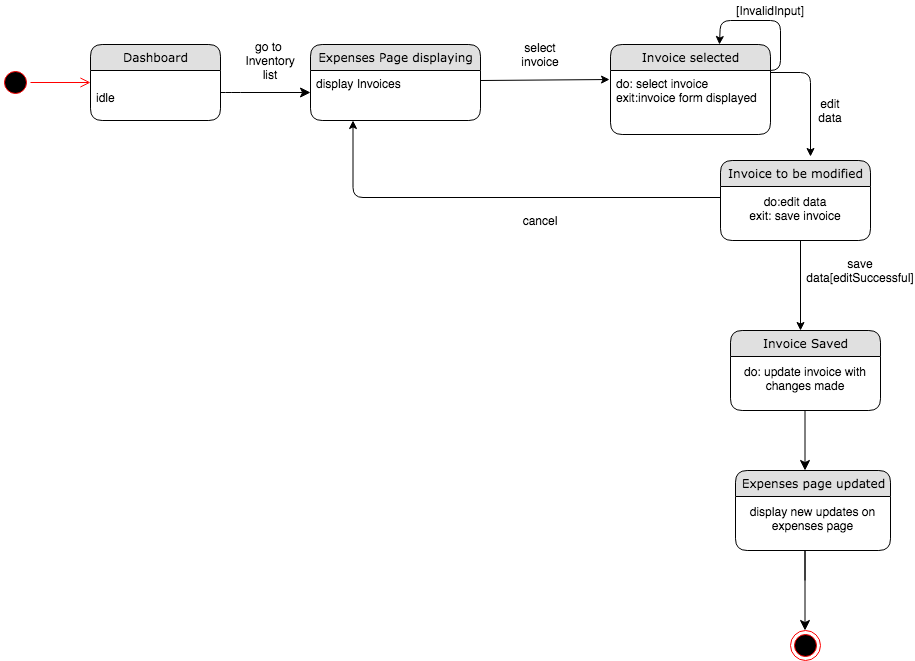
The draw.io diagram Diagrams/State Chart Diagrams FINAL/ST_19 MODIFY INVOICE.png in kkasharaj17/SE-project, before a commit. Source tidied: cells renumbered, new cells last; positions are measured from the earlier drawing's top-left corner, leaving out a move shared by most shapes.
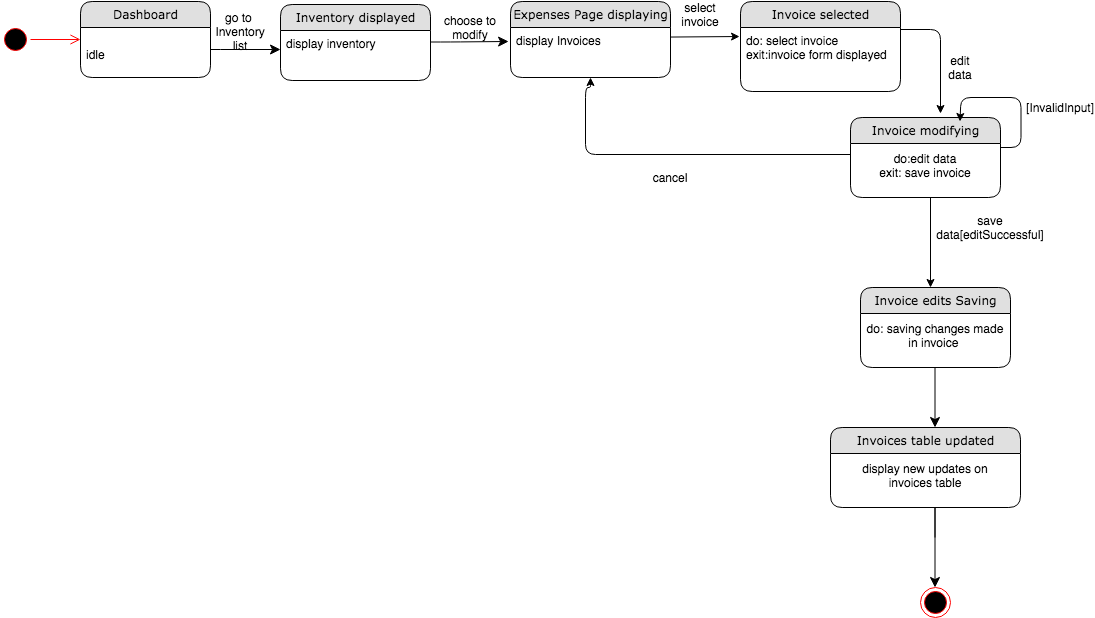
After the change.

The edit, as a diff of the source:
```diff
@@ -2,8 +2,9 @@
   <root>
     <mxCell id="0" />
     <mxCell id="1" parent="0" />
-    <mxCell id="2" style="edgeStyle=orthogonalEdgeStyle;html=1;labelBackgroundColor=none;startFill=0;startSize=8;endFill=1;endSize=8;fontFamily=Verdana;fontSize=12;entryX=0;entryY=0.5;entryDx=0;entryDy=0;" parent="1" edge="1" source="10" target="13">
+    <mxCell id="2" style="edgeStyle=orthogonalEdgeStyle;html=1;labelBackgroundColor=none;startFill=0;startSize=8;endFill=1;endSize=8;fontFamily=Verdana;fontSize=12;" parent="1" edge="1" source="10">
       <mxGeometry relative="1" as="geometry">
+        <mxPoint x="280" y="92" as="targetPoint" />
         <Array as="points">
           <mxPoint x="230" y="92" />
           <mxPoint x="230" y="92" />
@@ -11,124 +12,144 @@
       </mxGeometry>
     </mxCell>
     <mxCell id="3" value="go to&amp;nbsp;&lt;br&gt;Inventory list" style="text;html=1;strokeColor=none;fillColor=none;align=center;verticalAlign=middle;whiteSpace=wrap;rounded=0;" parent="1" vertex="1">
-      <mxGeometry x="250" y="50" width="40" height="20" as="geometry" />
+      <mxGeometry x="220" y="64" width="40" height="20" as="geometry" />
     </mxCell>
     <mxCell id="4" style="ellipse;html=1;shape=startState;fillColor=#000000;strokeColor=#ff0000;" parent="1" vertex="1">
       <mxGeometry y="67" width="30" height="30" as="geometry" />
     </mxCell>
     <mxCell id="5" style="edgeStyle=orthogonalEdgeStyle;html=1;verticalAlign=bottom;endArrow=open;endSize=8;strokeColor=#ff0000;" parent="1" edge="1" source="4">
       <mxGeometry relative="1" as="geometry">
-        <mxPoint x="90" y="82" as="targetPoint" />
+        <mxPoint x="80" y="82" as="targetPoint" />
       </mxGeometry>
     </mxCell>
     <mxCell id="6" style="endArrow=classic;html=1;entryX=-0.006;entryY=0.141;entryDx=0;entryDy=0;entryPerimeter=0;" parent="1" edge="1" target="15">
       <mxGeometry relative="1" as="geometry">
-        <mxPoint x="480" y="80" as="sourcePoint" />
+        <mxPoint x="610" y="80" as="sourcePoint" />
       </mxGeometry>
     </mxCell>
     <mxCell id="7" value="select invoice" style="text;html=1;strokeColor=none;fillColor=none;align=center;verticalAlign=middle;whiteSpace=wrap;rounded=0;" parent="1" vertex="1">
-      <mxGeometry x="520" y="44" width="40" height="20" as="geometry" />
+      <mxGeometry x="680" y="47" width="40" height="20" as="geometry" />
     </mxCell>
     <mxCell id="8" value="[InvalidInput]" style="text;html=1;strokeColor=none;fillColor=none;align=center;verticalAlign=middle;whiteSpace=wrap;rounded=0;" parent="1" vertex="1">
-      <mxGeometry x="750" width="40" height="20" as="geometry" />
+      <mxGeometry x="1040" y="140" width="40" height="20" as="geometry" />
     </mxCell>
     <mxCell id="9" style="endArrow=classic;html=1;" parent="1" edge="1">
       <mxGeometry relative="1" as="geometry">
-        <mxPoint x="770" y="72" as="sourcePoint" />
-        <mxPoint x="810" y="156" as="targetPoint" />
+        <mxPoint x="900" y="72" as="sourcePoint" />
+        <mxPoint x="940" y="156" as="targetPoint" />
         <Array as="points">
-          <mxPoint x="810" y="72" />
+          <mxPoint x="940" y="72" />
         </Array>
       </mxGeometry>
     </mxCell>
-    <mxCell id="10" value="Dashboard" style="swimlane;html=1;fontStyle=0;horizontal=1;startSize=26;fillColor=#e0e0e0;swimlaneFillColor=#ffffff;align=center;rounded=1;shadow=0;comic=0;labelBackgroundColor=none;strokeWidth=1;fontFamily=Verdana;fontSize=12;" parent="1" vertex="1">
-      <mxGeometry x="90" y="44" width="130" height="76" as="geometry" />
-    </mxCell>
-    <mxCell id="11" value="&lt;br&gt;idle" style="text;html=1;strokeColor=none;fillColor=none;spacingLeft=4;spacingRight=4;whiteSpace=wrap;overflow=hidden;" parent="10" vertex="1">
-      <mxGeometry y="26" width="130" height="44" as="geometry" />
-    </mxCell>
-    <mxCell id="12" value="Expenses Page displaying" style="swimlane;html=1;fontStyle=0;horizontal=1;startSize=26;fillColor=#e0e0e0;swimlaneFillColor=#ffffff;align=center;rounded=1;shadow=0;comic=0;labelBackgroundColor=none;strokeWidth=1;fontFamily=Verdana;fontSize=12;" parent="1" vertex="1">
-      <mxGeometry x="310" y="44" width="170" height="76" as="geometry" />
-    </mxCell>
-    <mxCell id="13" value="display Invoices" style="text;html=1;strokeColor=none;fillColor=none;spacingLeft=4;spacingRight=4;whiteSpace=wrap;overflow=hidden;points=[[0,0.5],[1,0.5]];portConstraint=eastwest;" parent="12" vertex="1">
-      <mxGeometry y="26" width="170" height="44" as="geometry" />
-    </mxCell>
-    <mxCell id="14" value="Invoice selected" style="swimlane;html=1;fontStyle=0;horizontal=1;startSize=26;fillColor=#e0e0e0;swimlaneFillColor=#ffffff;align=center;rounded=1;shadow=0;comic=0;labelBackgroundColor=none;strokeWidth=1;fontFamily=Verdana;fontSize=12;" parent="1" vertex="1">
-      <mxGeometry x="610" y="44" width="160" height="90" as="geometry" />
-    </mxCell>
-    <mxCell id="15" value="do: select invoice&lt;br&gt;exit:invoice form displayed" style="text;html=1;strokeColor=none;fillColor=none;spacingLeft=4;spacingRight=4;whiteSpace=wrap;overflow=hidden;points=[[0,0.5],[1,0.5]];portConstraint=eastwest;" parent="14" vertex="1">
-      <mxGeometry y="26" width="160" height="64" as="geometry" />
-    </mxCell>
     <mxCell id="16" style="ellipse;html=1;shape=endState;fillColor=#000000;strokeColor=#ff0000;" parent="1" vertex="1">
-      <mxGeometry x="790" y="630" width="30" height="30" as="geometry" />
+      <mxGeometry x="920" y="630" width="30" height="30" as="geometry" />
     </mxCell>
     <mxCell id="17" style="edgeStyle=orthogonalEdgeStyle;html=1;labelBackgroundColor=none;startFill=0;startSize=8;endFill=1;endSize=8;fontFamily=Verdana;fontSize=12;" parent="1" edge="1">
       <mxGeometry relative="1" as="geometry">
-        <mxPoint x="804.5" y="380" as="sourcePoint" />
-        <mxPoint x="804.5" y="470" as="targetPoint" />
+        <mxPoint x="934.5" y="380" as="sourcePoint" />
+        <mxPoint x="934.5" y="470" as="targetPoint" />
         <Array as="points">
-          <mxPoint x="804.5" y="380" />
+          <mxPoint x="934.5" y="380" />
         </Array>
       </mxGeometry>
     </mxCell>
-    <mxCell id="18" style="edgeStyle=segmentEdgeStyle;endArrow=classic;html=1;entryX=0.681;entryY=0;entryDx=0;entryDy=0;entryPerimeter=0;" parent="1" edge="1" target="14">
-      <mxGeometry relative="1" as="geometry">
-        <mxPoint x="760" y="70" as="sourcePoint" />
-        <Array as="points">
-          <mxPoint x="780" y="70" />
-          <mxPoint x="780" y="20" />
-          <mxPoint x="720" y="20" />
-        </Array>
-      </mxGeometry>
-    </mxCell>
     <mxCell id="19" value="edit data" style="text;html=1;strokeColor=none;fillColor=none;align=center;verticalAlign=middle;whiteSpace=wrap;rounded=0;" parent="1" vertex="1">
-      <mxGeometry x="810" y="100" width="40" height="20" as="geometry" />
+      <mxGeometry x="940" y="100" width="40" height="20" as="geometry" />
     </mxCell>
     <mxCell id="20" style="endArrow=classic;html=1;" parent="1" edge="1">
       <mxGeometry relative="1" as="geometry">
-        <mxPoint x="800" y="240" as="sourcePoint" />
-        <mxPoint x="800" y="330" as="targetPoint" />
+        <mxPoint x="930" y="240" as="sourcePoint" />
+        <mxPoint x="930" y="330" as="targetPoint" />
       </mxGeometry>
     </mxCell>
     <mxCell id="21" style="edgeStyle=orthogonalEdgeStyle;html=1;labelBackgroundColor=none;startFill=0;startSize=8;endFill=1;endSize=8;fontFamily=Verdana;fontSize=12;" parent="1" edge="1">
       <mxGeometry relative="1" as="geometry">
-        <mxPoint x="804.5" y="580" as="sourcePoint" />
-        <mxPoint x="804.5" y="630" as="targetPoint" />
+        <mxPoint x="934.5" y="580" as="sourcePoint" />
+        <mxPoint x="934.5" y="630" as="targetPoint" />
         <Array as="points">
-          <mxPoint x="804.5" y="540" />
+          <mxPoint x="934.5" y="540" />
         </Array>
       </mxGeometry>
     </mxCell>
+    <mxCell id="24" value="save data[editSuccessful]" style="text;html=1;strokeColor=none;fillColor=none;align=center;verticalAlign=middle;whiteSpace=wrap;rounded=0;" parent="1" vertex="1">
+      <mxGeometry x="970" y="260" width="40" height="20" as="geometry" />
+    </mxCell>
+    <mxCell id="25" value="cancel" style="text;html=1;strokeColor=none;fillColor=none;align=center;verticalAlign=middle;whiteSpace=wrap;rounded=0;" parent="1" vertex="1">
+      <mxGeometry x="650" y="210" width="40" height="20" as="geometry" />
+    </mxCell>
+    <mxCell id="30" style="edgeStyle=segmentEdgeStyle;endArrow=classic;html=1;exitX=0;exitY=0.25;exitDx=0;exitDy=0;entryX=0.5;entryY=1;entryDx=0;entryDy=0;" parent="1" edge="1" source="23" target="12">
+      <mxGeometry relative="1" as="geometry">
+        <Array as="points">
+          <mxPoint x="585" y="197" />
+          <mxPoint x="585" y="130" />
+          <mxPoint x="590" y="130" />
+        </Array>
+      </mxGeometry>
+    </mxCell>
+    <mxCell id="10" value="Dashboard" style="swimlane;html=1;fontStyle=0;horizontal=1;startSize=26;fillColor=#e0e0e0;swimlaneFillColor=#ffffff;align=center;rounded=1;shadow=0;comic=0;labelBackgroundColor=none;strokeWidth=1;fontFamily=Verdana;fontSize=12;" parent="1" vertex="1">
+      <mxGeometry x="80" y="44" width="130" height="76" as="geometry" />
+    </mxCell>
+    <mxCell id="11" value="&lt;br&gt;idle" style="text;html=1;strokeColor=none;fillColor=none;spacingLeft=4;spacingRight=4;whiteSpace=wrap;overflow=hidden;" parent="10" vertex="1">
+      <mxGeometry y="26" width="130" height="44" as="geometry" />
+    </mxCell>
+    <mxCell id="14" value="Invoice selected" style="swimlane;html=1;fontStyle=0;horizontal=1;startSize=26;fillColor=#e0e0e0;swimlaneFillColor=#ffffff;align=center;rounded=1;shadow=0;comic=0;labelBackgroundColor=none;strokeWidth=1;fontFamily=Verdana;fontSize=12;" parent="1" vertex="1">
+      <mxGeometry x="740" y="44" width="160" height="90" as="geometry" />
+    </mxCell>
+    <mxCell id="15" value="do: select invoice&lt;br&gt;exit:invoice form displayed" style="text;html=1;strokeColor=none;fillColor=none;spacingLeft=4;spacingRight=4;whiteSpace=wrap;overflow=hidden;points=[[0,0.5],[1,0.5]];portConstraint=eastwest;" parent="14" vertex="1">
+      <mxGeometry y="26" width="160" height="64" as="geometry" />
+    </mxCell>
-    <mxCell id="22" value="Invoice to be modified" style="swimlane;html=1;fontStyle=0;horizontal=1;startSize=26;fillColor=#e0e0e0;swimlaneFillColor=#ffffff;align=center;rounded=1;shadow=0;comic=0;labelBackgroundColor=none;strokeWidth=1;fontFamily=Verdana;fontSize=12;" parent="1" vertex="1">
-      <mxGeometry x="720" y="160" width="150" height="80" as="geometry" />
+    <mxCell id="22" value="Invoice modifying" style="swimlane;html=1;fontStyle=0;horizontal=1;startSize=26;fillColor=#e0e0e0;swimlaneFillColor=#ffffff;align=center;rounded=1;shadow=0;comic=0;labelBackgroundColor=none;strokeWidth=1;fontFamily=Verdana;fontSize=12;" parent="1" vertex="1">
+      <mxGeometry x="850" y="160" width="150" height="80" as="geometry" />
     </mxCell>
     <mxCell id="23" value="do:edit data&lt;br&gt;exit: save invoice" style="text;html=1;strokeColor=none;fillColor=none;align=center;verticalAlign=middle;whiteSpace=wrap;rounded=0;" parent="22" vertex="1">
       <mxGeometry y="26" width="150" height="44" as="geometry" />
     </mxCell>
-    <mxCell id="24" value="save data[editSuccessful]" style="text;html=1;strokeColor=none;fillColor=none;align=center;verticalAlign=middle;whiteSpace=wrap;rounded=0;" parent="1" vertex="1">
-      <mxGeometry x="840" y="260" width="40" height="20" as="geometry" />
-    </mxCell>
-    <mxCell id="25" value="cancel" style="text;html=1;strokeColor=none;fillColor=none;align=center;verticalAlign=middle;whiteSpace=wrap;rounded=0;" parent="1" vertex="1">
-      <mxGeometry x="520" y="210" width="40" height="20" as="geometry" />
-    </mxCell>
-    <mxCell id="26" value="Invoice Saved" style="swimlane;html=1;fontStyle=0;horizontal=1;startSize=26;fillColor=#e0e0e0;swimlaneFillColor=#ffffff;align=center;rounded=1;shadow=0;comic=0;labelBackgroundColor=none;strokeWidth=1;fontFamily=Verdana;fontSize=12;" parent="1" vertex="1">
-      <mxGeometry x="730" y="330" width="150" height="80" as="geometry" />
+    <mxCell id="26" value="Invoice edits Saving" style="swimlane;html=1;fontStyle=0;horizontal=1;startSize=26;fillColor=#e0e0e0;swimlaneFillColor=#ffffff;align=center;rounded=1;shadow=0;comic=0;labelBackgroundColor=none;strokeWidth=1;fontFamily=Verdana;fontSize=12;" parent="1" vertex="1">
+      <mxGeometry x="860" y="330" width="150" height="80" as="geometry" />
     </mxCell>
-    <mxCell id="27" value="do: update invoice with changes made" style="text;html=1;strokeColor=none;fillColor=none;align=center;verticalAlign=middle;whiteSpace=wrap;rounded=0;" parent="26" vertex="1">
+    <mxCell id="27" value="do: saving changes made&lt;br&gt;in invoice&amp;nbsp;" style="text;html=1;strokeColor=none;fillColor=none;align=center;verticalAlign=middle;whiteSpace=wrap;rounded=0;" parent="26" vertex="1">
       <mxGeometry y="26" width="150" height="44" as="geometry" />
     </mxCell>
-    <mxCell id="28" value="Expenses page updated" style="swimlane;html=1;fontStyle=0;horizontal=1;startSize=26;fillColor=#e0e0e0;swimlaneFillColor=#ffffff;align=center;rounded=1;shadow=0;comic=0;labelBackgroundColor=none;strokeWidth=1;fontFamily=Verdana;fontSize=12;" parent="1" vertex="1">
-      <mxGeometry x="735" y="470" width="155" height="80" as="geometry" />
+    <mxCell id="28" value="Invoices table updated" style="swimlane;html=1;fontStyle=0;horizontal=1;startSize=26;fillColor=#e0e0e0;swimlaneFillColor=#ffffff;align=center;rounded=1;shadow=0;comic=0;labelBackgroundColor=none;strokeWidth=1;fontFamily=Verdana;fontSize=12;" parent="1" vertex="1">
+      <mxGeometry x="830" y="470" width="190" height="80" as="geometry" />
     </mxCell>
-    <mxCell id="29" value="display new updates on&lt;br&gt;expenses page" style="text;html=1;strokeColor=none;fillColor=none;align=center;verticalAlign=middle;whiteSpace=wrap;rounded=0;" parent="28" vertex="1">
-      <mxGeometry y="26" width="155" height="44" as="geometry" />
+    <mxCell id="29" value="display new updates on&lt;br&gt;invoices table" style="text;html=1;strokeColor=none;fillColor=none;align=center;verticalAlign=middle;whiteSpace=wrap;rounded=0;" parent="28" vertex="1">
+      <mxGeometry y="26" width="190" height="44" as="geometry" />
     </mxCell>
-    <mxCell id="30" style="edgeStyle=segmentEdgeStyle;endArrow=classic;html=1;entryX=0.25;entryY=1;entryDx=0;entryDy=0;exitX=0;exitY=0.25;exitDx=0;exitDy=0;" parent="1" edge="1" source="23" target="12">
-      <mxGeometry relative="1" as="geometry">
-        <Array as="points">
-          <mxPoint x="353" y="197" />
-        </Array>
-      </mxGeometry>
-    </mxCell>
+    <mxCell id="12" value="Expenses Page displaying" style="swimlane;html=1;fontStyle=0;horizontal=1;startSize=26;fillColor=#e0e0e0;swimlaneFillColor=#ffffff;align=center;rounded=1;shadow=0;comic=0;labelBackgroundColor=none;strokeWidth=1;fontFamily=Verdana;fontSize=12;" parent="1" vertex="1">
+      <mxGeometry x="510" y="44" width="160" height="76" as="geometry" />
+    </mxCell>
+    <mxCell id="13" value="display Invoices" style="text;html=1;strokeColor=none;fillColor=none;spacingLeft=4;spacingRight=4;whiteSpace=wrap;overflow=hidden;points=[[0,0.5],[1,0.5]];portConstraint=eastwest;" parent="12" vertex="1">
+      <mxGeometry y="26" width="160" height="44" as="geometry" />
+    </mxCell>
+    <mxCell id="31" value="Inventory displayed" style="swimlane;html=1;fontStyle=0;horizontal=1;startSize=26;fillColor=#e0e0e0;swimlaneFillColor=#ffffff;align=center;rounded=1;shadow=0;comic=0;labelBackgroundColor=none;strokeWidth=1;fontFamily=Verdana;fontSize=12;" parent="1" vertex="1">
+      <mxGeometry x="280" y="47" width="150" height="76" as="geometry" />
+    </mxCell>
+    <mxCell id="32" value="display inventory&amp;nbsp;" style="text;html=1;strokeColor=none;fillColor=none;spacingLeft=4;spacingRight=4;whiteSpace=wrap;overflow=hidden;" parent="31" vertex="1">
+      <mxGeometry y="26" width="150" height="44" as="geometry" />
+    </mxCell>
+    <mxCell id="33" value="choose to modify" style="text;html=1;strokeColor=none;fillColor=none;align=center;verticalAlign=middle;whiteSpace=wrap;rounded=0;" parent="1" vertex="1">
+      <mxGeometry x="440" y="60" width="60" height="20" as="geometry" />
+    </mxCell>
+    <mxCell id="34" style="edgeStyle=orthogonalEdgeStyle;html=1;labelBackgroundColor=none;startFill=0;startSize=8;endFill=1;endSize=8;fontFamily=Verdana;fontSize=12;entryX=-0.012;entryY=0.318;entryDx=0;entryDy=0;entryPerimeter=0;" parent="1" edge="1" target="13">
+      <mxGeometry relative="1" as="geometry">
+        <mxPoint x="430" y="84.5" as="sourcePoint" />
+        <Array as="points">
+          <mxPoint x="450" y="85" />
+        </Array>
+      </mxGeometry>
+    </mxCell>
+    <mxCell id="35" style="edgeStyle=segmentEdgeStyle;endArrow=classic;html=1;entryX=0.681;entryY=0;entryDx=0;entryDy=0;entryPerimeter=0;" parent="1" edge="1">
+      <mxGeometry relative="1" as="geometry">
+        <mxPoint x="1000.5" y="190" as="sourcePoint" />
+        <mxPoint x="959.5" y="164" as="targetPoint" />
+        <Array as="points">
+          <mxPoint x="1020.5" y="190" />
+          <mxPoint x="1020.5" y="140" />
+          <mxPoint x="960.5" y="140" />
+        </Array>
+      </mxGeometry>
+    </mxCell>
   </root>
 </mxGraphModel>
```
